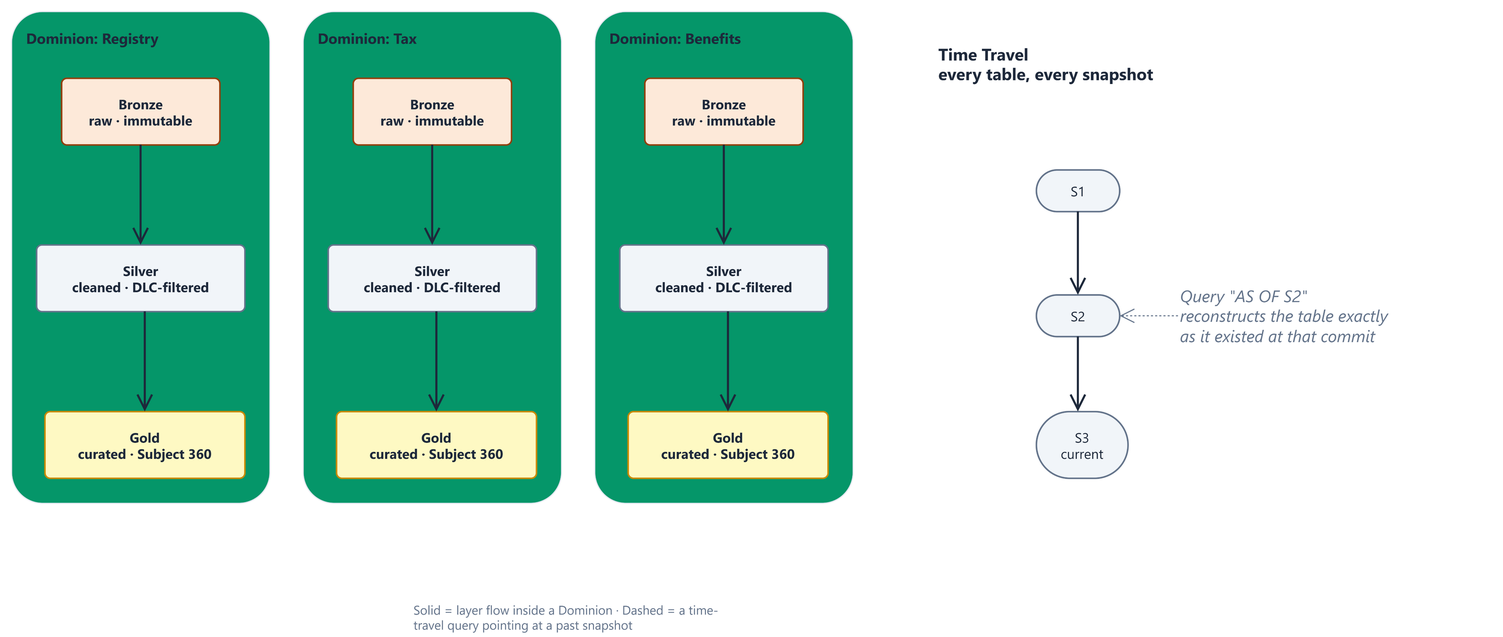
Earlier version of the draw.io export Nexus/Lakehouse_Mesh_Matrix.png (luisruizML/documents). Source tidied: cells renumbered, new cells last; positions are measured from the earlier drawing's top-left corner, leaving out a move shared by most shapes.
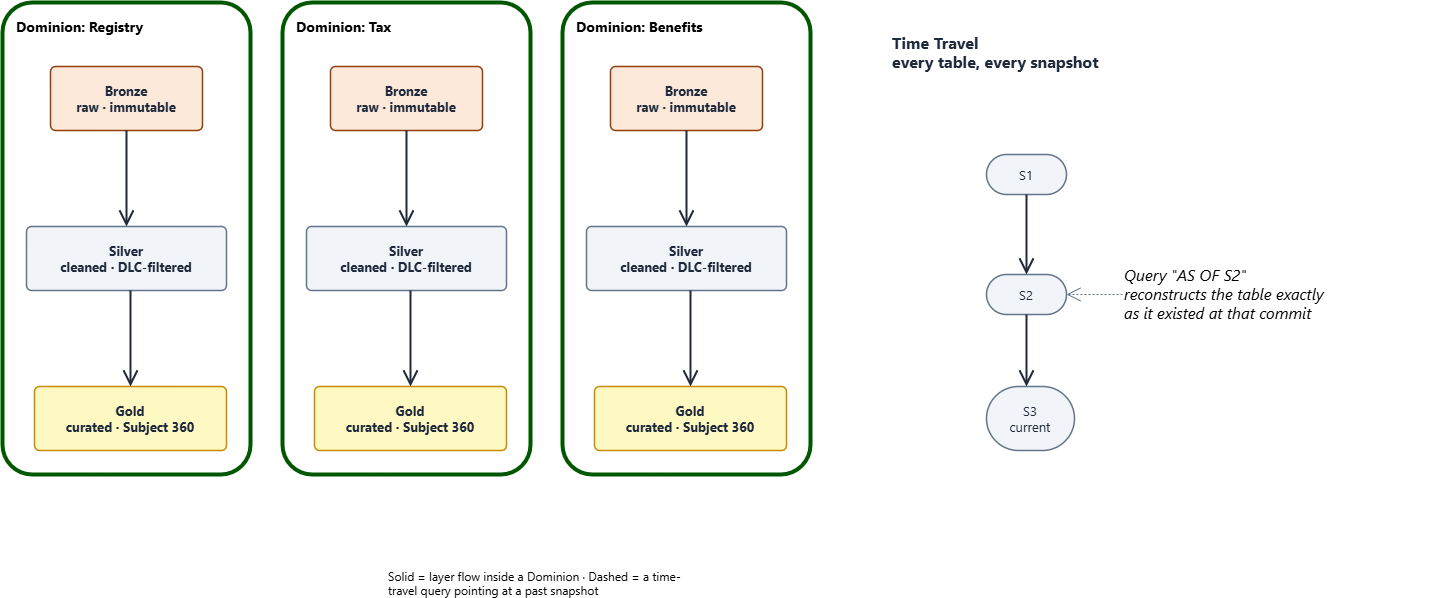
After the commit.

The edit, as a diff of the source:
```diff
@@ -2,15 +2,9 @@
   <root>
     <mxCell id="0" />
     <mxCell id="1" parent="0" />
-    <mxCell id="2" value="Dominion: Registry" style="rounded=1;arcSize=12;html=1;whiteSpace=wrap;fillColor=#059669;strokeColor=#E2E8F0;strokeWidth=1;fontColor=#1E293B;fontSize=14;fontFamily=Inter, Roboto, system-ui, -apple-system, sans-serif;fontStyle=1;verticalAlign=top;align=left;spacingLeft=12;spacingTop=10;" parent="1" vertex="1">
+    <mxCell id="2" value="Dominion: Registry" style="rounded=1;arcSize=12;html=1;whiteSpace=wrap;fillColor=#FFFFFF;strokeColor=#005700;strokeWidth=4;fontColor=#000000;fontSize=14;fontFamily=Inter, Roboto, system-ui, -apple-system, sans-serif;fontStyle=1;verticalAlign=top;align=left;spacingLeft=12;spacingTop=10;" parent="1" vertex="1">
       <mxGeometry width="248" height="472" as="geometry" />
     </mxCell>
-    <mxCell id="3" value="Dominion: Tax" style="rounded=1;arcSize=12;html=1;whiteSpace=wrap;fillColor=#059669;strokeColor=#E2E8F0;strokeWidth=1;fontColor=#1E293B;fontSize=14;fontFamily=Inter, Roboto, system-ui, -apple-system, sans-serif;fontStyle=1;verticalAlign=top;align=left;spacingLeft=12;spacingTop=10;" parent="1" vertex="1">
-      <mxGeometry x="280" width="248" height="472" as="geometry" />
-    </mxCell>
-    <mxCell id="4" value="Dominion: Benefits" style="rounded=1;arcSize=12;html=1;whiteSpace=wrap;fillColor=#059669;strokeColor=#E2E8F0;strokeWidth=1;fontColor=#1E293B;fontSize=14;fontFamily=Inter, Roboto, system-ui, -apple-system, sans-serif;fontStyle=1;verticalAlign=top;align=left;spacingLeft=12;spacingTop=10;" parent="1" vertex="1">
-      <mxGeometry x="560" width="248" height="472" as="geometry" />
-    </mxCell>
     <mxCell id="5" value="Bronze&lt;br&gt;raw · immutable" style="rounded=1;arcSize=8;html=1;whiteSpace=wrap;fillColor=#FDE9D9;strokeColor=#92400E;strokeWidth=1.5;fontColor=#1E293B;fontSize=13;fontFamily=Inter, Roboto, system-ui, -apple-system, sans-serif;verticalAlign=middle;align=center;fontStyle=1;" parent="2" vertex="1">
       <mxGeometry x="48" y="64" width="152" height="64" as="geometry" />
     </mxCell>
@@ -20,6 +14,9 @@
     <mxCell id="7" value="Gold&lt;br&gt;curated · Subject 360" style="rounded=1;arcSize=8;html=1;whiteSpace=wrap;fillColor=#FEF9C3;strokeColor=#CA8A04;strokeWidth=1.5;fontColor=#1E293B;fontSize=13;fontFamily=Inter, Roboto, system-ui, -apple-system, sans-serif;verticalAlign=middle;align=center;fontStyle=1;" parent="2" vertex="1">
       <mxGeometry x="32" y="384" width="192" height="64" as="geometry" />
     </mxCell>
+    <mxCell id="3" value="Dominion: Tax" style="rounded=1;arcSize=12;html=1;whiteSpace=wrap;fillColor=#FFFFFF;strokeColor=#005700;strokeWidth=4;fontColor=#000000;fontSize=14;fontFamily=Inter, Roboto, system-ui, -apple-system, sans-serif;fontStyle=1;verticalAlign=top;align=left;spacingLeft=12;spacingTop=10;" parent="1" vertex="1">
+      <mxGeometry x="280" width="248" height="472" as="geometry" />
+    </mxCell>
     <mxCell id="8" value="Bronze&lt;br&gt;raw · immutable" style="rounded=1;arcSize=8;html=1;whiteSpace=wrap;fillColor=#FDE9D9;strokeColor=#92400E;strokeWidth=1.5;fontColor=#1E293B;fontSize=13;fontFamily=Inter, Roboto, system-ui, -apple-system, sans-serif;verticalAlign=middle;align=center;fontStyle=1;" parent="3" vertex="1">
       <mxGeometry x="48" y="64" width="152" height="64" as="geometry" />
     </mxCell>
@@ -29,6 +26,9 @@
     <mxCell id="10" value="Gold&lt;br&gt;curated · Subject 360" style="rounded=1;arcSize=8;html=1;whiteSpace=wrap;fillColor=#FEF9C3;strokeColor=#CA8A04;strokeWidth=1.5;fontColor=#1E293B;fontSize=13;fontFamily=Inter, Roboto, system-ui, -apple-system, sans-serif;verticalAlign=middle;align=center;fontStyle=1;" parent="3" vertex="1">
       <mxGeometry x="32" y="384" width="192" height="64" as="geometry" />
     </mxCell>
+    <mxCell id="4" value="Dominion: Benefits" style="rounded=1;arcSize=12;html=1;whiteSpace=wrap;fillColor=#FFFFFF;strokeColor=#005700;strokeWidth=4;fontColor=#000000;fontSize=14;fontFamily=Inter, Roboto, system-ui, -apple-system, sans-serif;fontStyle=1;verticalAlign=top;align=left;spacingLeft=12;spacingTop=10;" parent="1" vertex="1">
+      <mxGeometry x="560" width="248" height="472" as="geometry" />
+    </mxCell>
     <mxCell id="11" value="Bronze&lt;br&gt;raw · immutable" style="rounded=1;arcSize=8;html=1;whiteSpace=wrap;fillColor=#FDE9D9;strokeColor=#92400E;strokeWidth=1.5;fontColor=#1E293B;fontSize=13;fontFamily=Inter, Roboto, system-ui, -apple-system, sans-serif;verticalAlign=middle;align=center;fontStyle=1;" parent="4" vertex="1">
       <mxGeometry x="48" y="64" width="152" height="64" as="geometry" />
     </mxCell>
@@ -50,10 +50,10 @@
     <mxCell id="17" value="S3&lt;br&gt;current" style="rounded=1;arcSize=50;html=1;whiteSpace=wrap;fillColor=#F1F5F9;strokeColor=#64748B;strokeWidth=1.5;fontColor=#1E293B;fontSize=13;fontFamily=Inter, Roboto, system-ui, -apple-system, sans-serif;verticalAlign=middle;align=center;" parent="1" vertex="1">
       <mxGeometry x="984" y="384" width="88" height="64" as="geometry" />
     </mxCell>
-    <mxCell id="18" value="Query &quot;AS OF S2&quot;&lt;br&gt;reconstructs the table exactly&lt;br&gt;as it existed at that commit" style="text;html=1;whiteSpace=wrap;labelBackgroundColor=none;fillColor=none;strokeColor=none;strokeWidth=0;fontColor=#64748B;fontSize=16;fontFamily=Inter, Roboto, system-ui, -apple-system, sans-serif;align=left;verticalAlign=top;fontStyle=2;" parent="1" vertex="1">
+    <mxCell id="18" value="Query &quot;AS OF S2&quot;&lt;br&gt;reconstructs the table exactly&lt;br&gt;as it existed at that commit" style="text;html=1;whiteSpace=wrap;labelBackgroundColor=none;fillColor=none;strokeColor=none;strokeWidth=0;fontColor=#000000;fontSize=16;fontFamily=Inter, Roboto, system-ui, -apple-system, sans-serif;align=left;verticalAlign=top;fontStyle=2;" parent="1" vertex="1">
       <mxGeometry x="1120" y="256" width="308" height="80" as="geometry" />
     </mxCell>
-    <mxCell id="19" value="Solid = layer flow inside a Dominion  ·  Dashed = a time-travel query pointing at a past snapshot" style="text;html=1;whiteSpace=wrap;labelBackgroundColor=none;fillColor=none;strokeColor=none;strokeWidth=0;fontColor=#64748B;fontSize=12;fontFamily=Inter, Roboto, system-ui, -apple-system, sans-serif;align=left;verticalAlign=top;" parent="1" vertex="1">
+    <mxCell id="19" value="Solid = layer flow inside a Dominion  ·  Dashed = a time-travel query pointing at a past snapshot" style="text;html=1;whiteSpace=wrap;labelBackgroundColor=none;fillColor=none;strokeColor=none;strokeWidth=0;fontColor=#000000;fontSize=12;fontFamily=Inter, Roboto, system-ui, -apple-system, sans-serif;align=left;verticalAlign=top;" parent="1" vertex="1">
       <mxGeometry x="384" y="560" width="320" height="29" as="geometry" />
     </mxCell>
     <mxCell id="20" style="edgeStyle=orthogonalEdgeStyle;rounded=0;jettySize=auto;html=1;strokeColor=#1E293B;strokeWidth=2;endArrow=open;endFill=0;endSize=12;exitX=0.5;exitY=1;exitDx=0;exitDy=0;entryX=0.5;entryY=0;entryDx=0;entryDy=0;jumpStyle=arc;jumpSize=8;" parent="1" edge="1" source="5" target="6">
```
